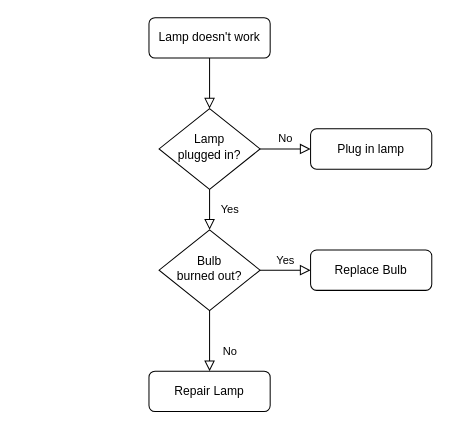
Before: ube发展.drawio in wzcsuxy/spinecenter, a draw.io diagram. Source tidied: cells renumbered, new cells numbered last; positions are measured from the earlier drawing's top-left corner, leaving out a move shared by most shapes. Both pictures are drawn from the tidied source at 101%, with x=0, y=0 at pixel (148, 17).
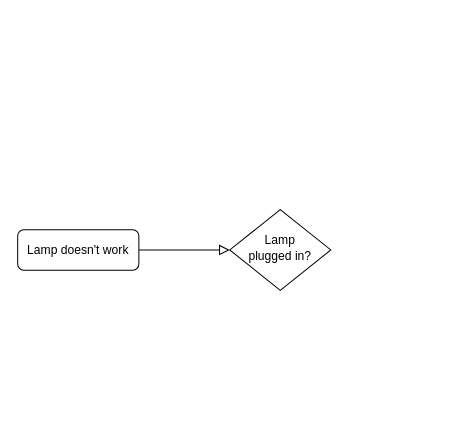
After the change.

Change to the diagram source:
```diff
@@
 <mxGraphModel>
   <root>
     <mxCell id="0" />
     <mxCell id="1" parent="0" />
     <mxCell id="2" style="rounded=0;html=1;jettySize=auto;fontSize=11;endArrow=block;endFill=0;endSize=8;strokeWidth=1;shadow=0;labelBackgroundColor=none;edgeStyle=orthogonalEdgeStyle;" parent="1" edge="1" source="3" target="6">
       <mxGeometry relative="1" as="geometry" />
     </mxCell>
     <mxCell id="3" value="Lamp doesn't work" style="rounded=1;whiteSpace=wrap;html=1;fontSize=12;glass=0;strokeWidth=1;shadow=0;" parent="1" vertex="1">
-      <mxGeometry width="120" height="40" as="geometry" />
+      <mxGeometry x="-130" y="210" width="120" height="40" as="geometry" />
     </mxCell>
-    <mxCell id="4" value="Yes" style="rounded=0;html=1;jettySize=auto;fontSize=11;endArrow=block;endFill=0;endSize=8;strokeWidth=1;shadow=0;labelBackgroundColor=none;edgeStyle=orthogonalEdgeStyle;" parent="1" edge="1" source="6" target="10">
-      <mxGeometry y="20" relative="1" as="geometry" />
-    </mxCell>
-    <mxCell id="5" value="No" style="edgeStyle=orthogonalEdgeStyle;rounded=0;html=1;jettySize=auto;fontSize=11;endArrow=block;endFill=0;endSize=8;strokeWidth=1;shadow=0;labelBackgroundColor=none;" parent="1" edge="1" source="6" target="7">
-      <mxGeometry y="10" relative="1" as="geometry" />
-    </mxCell>
     <mxCell id="6" value="Lamp&lt;br&gt;plugged in?" style="rhombus;whiteSpace=wrap;html=1;shadow=0;fontFamily=Helvetica;fontSize=12;align=center;strokeWidth=1;spacing=6;spacingTop=-4;" parent="1" vertex="1">
-      <mxGeometry x="10" y="90" width="100" height="80" as="geometry" />
+      <mxGeometry x="80" y="190" width="100" height="80" as="geometry" />
     </mxCell>
-    <mxCell id="7" value="Plug in lamp" style="rounded=1;whiteSpace=wrap;html=1;fontSize=12;glass=0;strokeWidth=1;shadow=0;" parent="1" vertex="1">
-      <mxGeometry x="160" y="110" width="120" height="40" as="geometry" />
-    </mxCell>
-    <mxCell id="8" value="No" style="rounded=0;html=1;jettySize=auto;fontSize=11;endArrow=block;endFill=0;endSize=8;strokeWidth=1;shadow=0;labelBackgroundColor=none;edgeStyle=orthogonalEdgeStyle;" parent="1" edge="1" source="10" target="11">
-      <mxGeometry x="0.33" y="20" relative="1" as="geometry" />
-    </mxCell>
-    <mxCell id="9" value="Yes" style="edgeStyle=orthogonalEdgeStyle;rounded=0;html=1;jettySize=auto;fontSize=11;endArrow=block;endFill=0;endSize=8;strokeWidth=1;shadow=0;labelBackgroundColor=none;" parent="1" edge="1" source="10" target="12">
-      <mxGeometry y="10" relative="1" as="geometry" />
-    </mxCell>
-    <mxCell id="10" value="Bulb&lt;br&gt;burned out?" style="rhombus;whiteSpace=wrap;html=1;shadow=0;fontFamily=Helvetica;fontSize=12;align=center;strokeWidth=1;spacing=6;spacingTop=-4;" parent="1" vertex="1">
-      <mxGeometry x="10" y="210" width="100" height="80" as="geometry" />
-    </mxCell>
-    <mxCell id="11" value="Repair Lamp" style="rounded=1;whiteSpace=wrap;html=1;fontSize=12;glass=0;strokeWidth=1;shadow=0;" parent="1" vertex="1">
-      <mxGeometry y="350" width="120" height="40" as="geometry" />
-    </mxCell>
-    <mxCell id="12" value="Replace Bulb" style="rounded=1;whiteSpace=wrap;html=1;fontSize=12;glass=0;strokeWidth=1;shadow=0;" parent="1" vertex="1">
-      <mxGeometry x="160" y="230" width="120" height="40" as="geometry" />
-    </mxCell>
   </root>
 </mxGraphModel>
```
